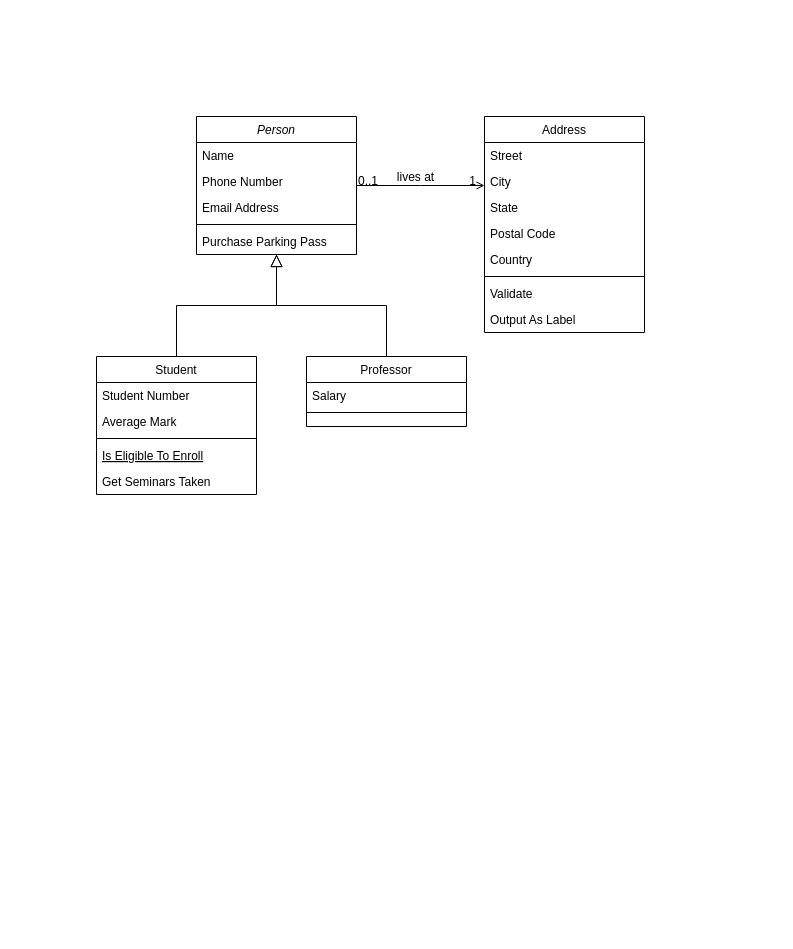
The draw.io diagram Diagrama sin título.drawio in IngUsac/IPC2_Proyecto1_9516098, before the edit. Source tidied: cells renumbered, new cells numbered last; positions are measured from the earlier drawing's top-left corner, leaving out a move shared by most shapes. Both pictures are drawn from the tidied source at 100%, with x=0, y=0 at pixel (96, 116).
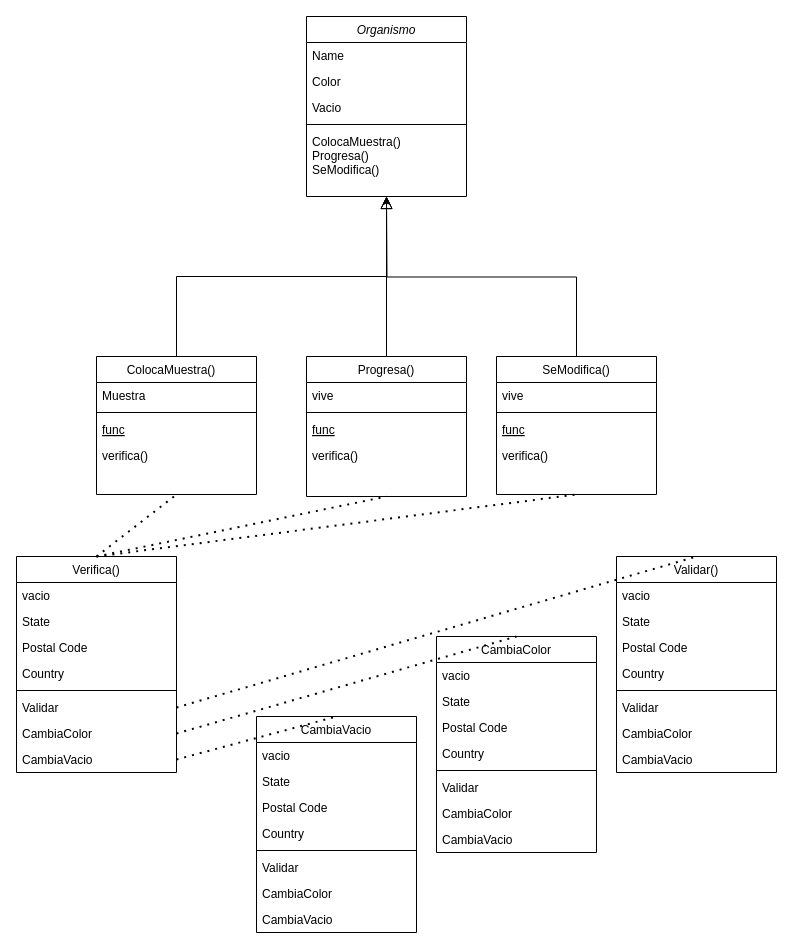
The same diagram, later.

Commit message (it also covers changes not shown here):
Actualizar Diagrama

Change to the diagram source:
```diff
@@
-    <mxCell id="2" value="Person" style="swimlane;fontStyle=2;align=center;verticalAlign=top;horizontal=1;startSize=26;rounded=0;shadow=0;strokeWidth=1;" parent="1" vertex="1">
-      <mxGeometry x="100" width="160" height="138" as="geometry" />
+    <mxCell id="2" value="Organismo" style="swimlane;fontStyle=2;align=center;verticalAlign=top;horizontal=1;startSize=26;rounded=0;shadow=0;strokeWidth=1;" parent="1" vertex="1">
+      <mxGeometry x="210" y="-100" width="160" height="180" as="geometry" />
     </mxCell>
@@
-    <mxCell id="4" value="Phone Number" style="text;align=left;verticalAlign=top;spacingLeft=4;spacingRight=4;overflow=hidden;rounded=0;shadow=0;html=0;" parent="2" vertex="1">
+    <mxCell id="4" value="Color" style="text;align=left;verticalAlign=top;spacingLeft=4;spacingRight=4;overflow=hidden;rounded=0;shadow=0;html=0;" parent="2" vertex="1">
       <mxGeometry y="52" width="160" height="26" as="geometry" />
     </mxCell>
-    <mxCell id="5" value="Email Address" style="text;align=left;verticalAlign=top;spacingLeft=4;spacingRight=4;overflow=hidden;rounded=0;shadow=0;html=0;" parent="2" vertex="1">
+    <mxCell id="5" value="Vacio" style="text;align=left;verticalAlign=top;spacingLeft=4;spacingRight=4;overflow=hidden;rounded=0;shadow=0;html=0;" parent="2" vertex="1">
       <mxGeometry y="78" width="160" height="26" as="geometry" />
     </mxCell>
@@
-    <mxCell id="7" value="Purchase Parking Pass" style="text;align=left;verticalAlign=top;spacingLeft=4;spacingRight=4;overflow=hidden;" parent="2" vertex="1">
-      <mxGeometry y="112" width="160" height="26" as="geometry" />
+    <mxCell id="7" value="ColocaMuestra()&#10;Progresa()&#10;SeModifica()" style="text;align=left;verticalAlign=top;spacingLeft=4;spacingRight=4;overflow=hidden;" parent="2" vertex="1">
+      <mxGeometry y="112" width="160" height="68" as="geometry" />
     </mxCell>
-    <mxCell id="8" value="Student" style="swimlane;fontStyle=0;align=center;verticalAlign=top;horizontal=1;startSize=26;rounded=0;shadow=0;strokeWidth=1;" parent="1" vertex="1">
+    <mxCell id="8" value="ColocaMuestra()   " style="swimlane;fontStyle=0;align=center;verticalAlign=top;horizontal=1;startSize=26;rounded=0;shadow=0;strokeWidth=1;" parent="1" vertex="1">
       <mxGeometry y="240" width="160" height="138" as="geometry" />
     </mxCell>
-    <mxCell id="9" value="Student Number" style="text;align=left;verticalAlign=top;spacingLeft=4;spacingRight=4;overflow=hidden;" parent="8" vertex="1">
+    <mxCell id="9" value="Muestra" style="text;align=left;verticalAlign=top;spacingLeft=4;spacingRight=4;overflow=hidden;" parent="8" vertex="1">
       <mxGeometry y="26" width="160" height="26" as="geometry" />
     </mxCell>
-    <mxCell id="10" value="Average Mark" style="text;align=left;verticalAlign=top;spacingLeft=4;spacingRight=4;overflow=hidden;rounded=0;shadow=0;html=0;" parent="8" vertex="1">
-      <mxGeometry y="52" width="160" height="26" as="geometry" />
-    </mxCell>
     <mxCell id="11" style="line;html=1;strokeWidth=1;align=left;verticalAlign=middle;spacingTop=-1;spacingLeft=3;spacingRight=3;labelPosition=right;" parent="8" vertex="1">
-      <mxGeometry y="78" width="160" height="8" as="geometry" />
+      <mxGeometry y="52" width="160" height="8" as="geometry" />
     </mxCell>
-    <mxCell id="12" value="Is Eligible To Enroll" style="text;align=left;verticalAlign=top;spacingLeft=4;spacingRight=4;overflow=hidden;fontStyle=4;" parent="8" vertex="1">
-      <mxGeometry y="86" width="160" height="26" as="geometry" />
+    <mxCell id="12" value="func" style="text;align=left;verticalAlign=top;spacingLeft=4;spacingRight=4;overflow=hidden;fontStyle=4;" parent="8" vertex="1">
+      <mxGeometry y="60" width="160" height="26" as="geometry" />
     </mxCell>
-    <mxCell id="13" value="Get Seminars Taken" style="text;align=left;verticalAlign=top;spacingLeft=4;spacingRight=4;overflow=hidden;" parent="8" vertex="1">
-      <mxGeometry y="112" width="160" height="26" as="geometry" />
+    <mxCell id="13" value="verifica()" style="text;align=left;verticalAlign=top;spacingLeft=4;spacingRight=4;overflow=hidden;" parent="8" vertex="1">
+      <mxGeometry y="86" width="160" height="26" as="geometry" />
     </mxCell>
@@
-    <mxCell id="15" value="Professor" style="swimlane;fontStyle=0;align=center;verticalAlign=top;horizontal=1;startSize=26;rounded=0;shadow=0;strokeWidth=1;" parent="1" vertex="1">
-      <mxGeometry x="210" y="240" width="160" height="70" as="geometry" />
+    <mxCell id="15" value="Progresa()" style="swimlane;fontStyle=0;align=center;verticalAlign=top;horizontal=1;startSize=26;rounded=0;shadow=0;strokeWidth=1;" parent="1" vertex="1">
+      <mxGeometry x="210" y="240" width="160" height="140" as="geometry" />
     </mxCell>
-    <mxCell id="16" value="Salary" style="text;align=left;verticalAlign=top;spacingLeft=4;spacingRight=4;overflow=hidden;" parent="15" vertex="1">
+    <mxCell id="16" value="vive" style="text;align=left;verticalAlign=top;spacingLeft=4;spacingRight=4;overflow=hidden;" parent="15" vertex="1">
       <mxGeometry y="26" width="160" height="26" as="geometry" />
     </mxCell>
@@
+    <mxCell id="32" value="func" style="text;align=left;verticalAlign=top;spacingLeft=4;spacingRight=4;overflow=hidden;fontStyle=4;" parent="15" vertex="1">
+      <mxGeometry y="60" width="160" height="26" as="geometry" />
+    </mxCell>
+    <mxCell id="33" value="verifica()" style="text;align=left;verticalAlign=top;spacingLeft=4;spacingRight=4;overflow=hidden;" parent="15" vertex="1">
+      <mxGeometry y="86" width="160" height="26" as="geometry" />
+    </mxCell>
@@
-    <mxCell id="19" value="Address" style="swimlane;fontStyle=0;align=center;verticalAlign=top;horizontal=1;startSize=26;rounded=0;shadow=0;strokeWidth=1;" parent="1" vertex="1">
-      <mxGeometry x="388" width="160" height="216" as="geometry" />
+    <mxCell id="19" value="Verifica()" style="swimlane;fontStyle=0;align=center;verticalAlign=top;horizontal=1;startSize=26;rounded=0;shadow=0;strokeWidth=1;" parent="1" vertex="1">
+      <mxGeometry x="-80" y="440" width="160" height="216" as="geometry" />
     </mxCell>
-    <mxCell id="20" value="Street" style="text;align=left;verticalAlign=top;spacingLeft=4;spacingRight=4;overflow=hidden;" parent="19" vertex="1">
+    <mxCell id="20" value="vacio" style="text;align=left;verticalAlign=top;spacingLeft=4;spacingRight=4;overflow=hidden;" parent="19" vertex="1">
       <mxGeometry y="26" width="160" height="26" as="geometry" />
     </mxCell>
-    <mxCell id="21" value="City" style="text;align=left;verticalAlign=top;spacingLeft=4;spacingRight=4;overflow=hidden;rounded=0;shadow=0;html=0;" parent="19" vertex="1">
-      <mxGeometry y="52" width="160" height="26" as="geometry" />
-    </mxCell>
     <mxCell id="22" value="State" style="text;align=left;verticalAlign=top;spacingLeft=4;spacingRight=4;overflow=hidden;rounded=0;shadow=0;html=0;" parent="19" vertex="1">
-      <mxGeometry y="78" width="160" height="26" as="geometry" />
+      <mxGeometry y="52" width="160" height="26" as="geometry" />
     </mxCell>
     <mxCell id="23" value="Postal Code" style="text;align=left;verticalAlign=top;spacingLeft=4;spacingRight=4;overflow=hidden;rounded=0;shadow=0;html=0;" parent="19" vertex="1">
-      <mxGeometry y="104" width="160" height="26" as="geometry" />
+      <mxGeometry y="78" width="160" height="26" as="geometry" />
     </mxCell>
     <mxCell id="24" value="Country" style="text;align=left;verticalAlign=top;spacingLeft=4;spacingRight=4;overflow=hidden;rounded=0;shadow=0;html=0;" parent="19" vertex="1">
-      <mxGeometry y="130" width="160" height="26" as="geometry" />
+      <mxGeometry y="104" width="160" height="26" as="geometry" />
     </mxCell>
     <mxCell id="25" style="line;html=1;strokeWidth=1;align=left;verticalAlign=middle;spacingTop=-1;spacingLeft=3;spacingRight=3;labelPosition=right;" parent="19" vertex="1">
-      <mxGeometry y="156" width="160" height="8" as="geometry" />
+      <mxGeometry y="130" width="160" height="8" as="geometry" />
     </mxCell>
-    <mxCell id="26" value="Validate" style="text;align=left;verticalAlign=top;spacingLeft=4;spacingRight=4;overflow=hidden;points=[[0,0.5],[1,0.5]];portConstraint=eastwest;" parent="19" vertex="1">
-      <mxGeometry y="164" width="160" height="26" as="geometry" />
+    <mxCell id="26" value="Validar" style="text;align=left;verticalAlign=top;spacingLeft=4;spacingRight=4;overflow=hidden;points=[[0,0.5],[1,0.5]];portConstraint=eastwest;" parent="19" vertex="1">
+      <mxGeometry y="138" width="160" height="26" as="geometry" />
     </mxCell>
-    <mxCell id="27" value="Output As Label" style="text;align=left;verticalAlign=top;spacingLeft=4;spacingRight=4;overflow=hidden;points=[[0,0.5],[1,0.5]];portConstraint=eastwest;" parent="19" vertex="1">
-      <mxGeometry y="190" width="160" height="26" as="geometry" />
+    <mxCell id="27" value="CambiaColor" style="text;align=left;verticalAlign=top;spacingLeft=4;spacingRight=4;overflow=hidden;points=[[0,0.5],[1,0.5]];portConstraint=eastwest;" parent="19" vertex="1">
+      <mxGeometry y="164" width="160" height="26" as="geometry" />
     </mxCell>
-    <mxCell id="28" style="endArrow=open;shadow=0;strokeWidth=1;rounded=0;endFill=1;edgeStyle=elbowEdgeStyle;elbow=vertical;" parent="1" edge="1" source="2" target="19">
-      <mxGeometry x="0.5" y="41" relative="1" as="geometry">
-        <mxPoint x="-40" y="32" as="offset" />
-      </mxGeometry>
-    </mxCell>
-    <mxCell id="29" value="0..1" style="align=left;verticalAlign=bottom;labelBackgroundColor=none;fontSize=12;" parent="28" vertex="1">
-      <mxGeometry x="-1" relative="1" as="geometry">
-        <mxPoint y="4" as="offset" />
-      </mxGeometry>
-    </mxCell>
-    <mxCell id="30" value="1" style="align=right;verticalAlign=bottom;labelBackgroundColor=none;fontSize=12;" parent="28" vertex="1">
-      <mxGeometry x="1" relative="1" as="geometry">
-        <mxPoint x="-7" y="4" as="offset" />
-      </mxGeometry>
-    </mxCell>
-    <mxCell id="31" value="lives at" style="text;html=1;align=center;verticalAlign=middle;labelBackgroundColor=none;rounded=0;shadow=0;strokeWidth=1;fontSize=12;" parent="28" vertex="1">
-      <mxGeometry x="0.5" y="49" relative="1" as="geometry">
-        <mxPoint x="-38" y="40" as="offset" />
-      </mxGeometry>
-    </mxCell>
+    <mxCell id="34" value="CambiaVacio" style="text;align=left;verticalAlign=top;spacingLeft=4;spacingRight=4;overflow=hidden;points=[[0,0.5],[1,0.5]];portConstraint=eastwest;" parent="19" vertex="1">
+      <mxGeometry y="190" width="160" height="26" as="geometry" />
+    </mxCell>
+    <mxCell id="35" style="edgeStyle=orthogonalEdgeStyle;rounded=0;jettySize=auto;html=1;exitX=0.5;exitY=0;exitDx=0;exitDy=0;" parent="1" edge="1" source="36">
+      <mxGeometry relative="1" as="geometry">
+        <mxPoint x="290" y="80" as="targetPoint" />
+      </mxGeometry>
+    </mxCell>
+    <mxCell id="36" value="SeModifica()" style="swimlane;fontStyle=0;align=center;verticalAlign=top;horizontal=1;startSize=26;rounded=0;shadow=0;strokeWidth=1;" parent="1" vertex="1">
+      <mxGeometry x="400" y="240" width="160" height="138" as="geometry" />
+    </mxCell>
+    <mxCell id="37" value="vive" style="text;align=left;verticalAlign=top;spacingLeft=4;spacingRight=4;overflow=hidden;" parent="36" vertex="1">
+      <mxGeometry y="26" width="160" height="26" as="geometry" />
+    </mxCell>
+    <mxCell id="38" style="line;html=1;strokeWidth=1;align=left;verticalAlign=middle;spacingTop=-1;spacingLeft=3;spacingRight=3;labelPosition=right;" parent="36" vertex="1">
+      <mxGeometry y="52" width="160" height="8" as="geometry" />
+    </mxCell>
+    <mxCell id="39" value="func" style="text;align=left;verticalAlign=top;spacingLeft=4;spacingRight=4;overflow=hidden;fontStyle=4;" parent="36" vertex="1">
+      <mxGeometry y="60" width="160" height="26" as="geometry" />
+    </mxCell>
+    <mxCell id="40" value="verifica()" style="text;align=left;verticalAlign=top;spacingLeft=4;spacingRight=4;overflow=hidden;" parent="36" vertex="1">
+      <mxGeometry y="86" width="160" height="26" as="geometry" />
+    </mxCell>
+    <mxCell id="41" value="Validar()" style="swimlane;fontStyle=0;align=center;verticalAlign=top;horizontal=1;startSize=26;rounded=0;shadow=0;strokeWidth=1;" parent="1" vertex="1">
+      <mxGeometry x="520" y="440" width="160" height="216" as="geometry" />
+    </mxCell>
+    <mxCell id="42" value="vacio" style="text;align=left;verticalAlign=top;spacingLeft=4;spacingRight=4;overflow=hidden;" parent="41" vertex="1">
+      <mxGeometry y="26" width="160" height="26" as="geometry" />
+    </mxCell>
+    <mxCell id="43" value="State" style="text;align=left;verticalAlign=top;spacingLeft=4;spacingRight=4;overflow=hidden;rounded=0;shadow=0;html=0;" parent="41" vertex="1">
+      <mxGeometry y="52" width="160" height="26" as="geometry" />
+    </mxCell>
+    <mxCell id="44" value="Postal Code" style="text;align=left;verticalAlign=top;spacingLeft=4;spacingRight=4;overflow=hidden;rounded=0;shadow=0;html=0;" parent="41" vertex="1">
+      <mxGeometry y="78" width="160" height="26" as="geometry" />
+    </mxCell>
+    <mxCell id="45" value="Country" style="text;align=left;verticalAlign=top;spacingLeft=4;spacingRight=4;overflow=hidden;rounded=0;shadow=0;html=0;" parent="41" vertex="1">
+      <mxGeometry y="104" width="160" height="26" as="geometry" />
+    </mxCell>
+    <mxCell id="46" style="line;html=1;strokeWidth=1;align=left;verticalAlign=middle;spacingTop=-1;spacingLeft=3;spacingRight=3;labelPosition=right;" parent="41" vertex="1">
+      <mxGeometry y="130" width="160" height="8" as="geometry" />
+    </mxCell>
+    <mxCell id="47" value="Validar" style="text;align=left;verticalAlign=top;spacingLeft=4;spacingRight=4;overflow=hidden;" parent="41" vertex="1">
+      <mxGeometry y="138" width="160" height="26" as="geometry" />
+    </mxCell>
+    <mxCell id="48" value="CambiaColor" style="text;align=left;verticalAlign=top;spacingLeft=4;spacingRight=4;overflow=hidden;" parent="41" vertex="1">
+      <mxGeometry y="164" width="160" height="26" as="geometry" />
+    </mxCell>
+    <mxCell id="49" value="CambiaVacio" style="text;align=left;verticalAlign=top;spacingLeft=4;spacingRight=4;overflow=hidden;" parent="41" vertex="1">
+      <mxGeometry y="190" width="160" height="26" as="geometry" />
+    </mxCell>
+    <mxCell id="50" value="CambiaColor" style="swimlane;fontStyle=0;align=center;verticalAlign=top;horizontal=1;startSize=26;rounded=0;shadow=0;strokeWidth=1;" parent="1" vertex="1">
+      <mxGeometry x="340" y="520" width="160" height="216" as="geometry" />
+    </mxCell>
+    <mxCell id="51" value="vacio" style="text;align=left;verticalAlign=top;spacingLeft=4;spacingRight=4;overflow=hidden;" parent="50" vertex="1">
+      <mxGeometry y="26" width="160" height="26" as="geometry" />
+    </mxCell>
+    <mxCell id="52" value="State" style="text;align=left;verticalAlign=top;spacingLeft=4;spacingRight=4;overflow=hidden;rounded=0;shadow=0;html=0;" parent="50" vertex="1">
+      <mxGeometry y="52" width="160" height="26" as="geometry" />
+    </mxCell>
+    <mxCell id="53" value="Postal Code" style="text;align=left;verticalAlign=top;spacingLeft=4;spacingRight=4;overflow=hidden;rounded=0;shadow=0;html=0;" parent="50" vertex="1">
+      <mxGeometry y="78" width="160" height="26" as="geometry" />
+    </mxCell>
+    <mxCell id="54" value="Country" style="text;align=left;verticalAlign=top;spacingLeft=4;spacingRight=4;overflow=hidden;rounded=0;shadow=0;html=0;" parent="50" vertex="1">
+      <mxGeometry y="104" width="160" height="26" as="geometry" />
+    </mxCell>
+    <mxCell id="55" style="line;html=1;strokeWidth=1;align=left;verticalAlign=middle;spacingTop=-1;spacingLeft=3;spacingRight=3;labelPosition=right;" parent="50" vertex="1">
+      <mxGeometry y="130" width="160" height="8" as="geometry" />
+    </mxCell>
+    <mxCell id="56" value="Validar" style="text;align=left;verticalAlign=top;spacingLeft=4;spacingRight=4;overflow=hidden;" parent="50" vertex="1">
+      <mxGeometry y="138" width="160" height="26" as="geometry" />
+    </mxCell>
+    <mxCell id="57" value="CambiaColor" style="text;align=left;verticalAlign=top;spacingLeft=4;spacingRight=4;overflow=hidden;" parent="50" vertex="1">
+      <mxGeometry y="164" width="160" height="26" as="geometry" />
+    </mxCell>
+    <mxCell id="58" value="CambiaVacio" style="text;align=left;verticalAlign=top;spacingLeft=4;spacingRight=4;overflow=hidden;" parent="50" vertex="1">
+      <mxGeometry y="190" width="160" height="26" as="geometry" />
+    </mxCell>
+    <mxCell id="59" value="CambiaVacio" style="swimlane;fontStyle=0;align=center;verticalAlign=top;horizontal=1;startSize=26;rounded=0;shadow=0;strokeWidth=1;" parent="1" vertex="1">
+      <mxGeometry x="160" y="600" width="160" height="216" as="geometry" />
+    </mxCell>
+    <mxCell id="60" value="vacio" style="text;align=left;verticalAlign=top;spacingLeft=4;spacingRight=4;overflow=hidden;" parent="59" vertex="1">
+      <mxGeometry y="26" width="160" height="26" as="geometry" />
+    </mxCell>
+    <mxCell id="61" value="State" style="text;align=left;verticalAlign=top;spacingLeft=4;spacingRight=4;overflow=hidden;rounded=0;shadow=0;html=0;" parent="59" vertex="1">
+      <mxGeometry y="52" width="160" height="26" as="geometry" />
+    </mxCell>
+    <mxCell id="62" value="Postal Code" style="text;align=left;verticalAlign=top;spacingLeft=4;spacingRight=4;overflow=hidden;rounded=0;shadow=0;html=0;" parent="59" vertex="1">
+      <mxGeometry y="78" width="160" height="26" as="geometry" />
+    </mxCell>
+    <mxCell id="63" value="Country" style="text;align=left;verticalAlign=top;spacingLeft=4;spacingRight=4;overflow=hidden;rounded=0;shadow=0;html=0;" parent="59" vertex="1">
+      <mxGeometry y="104" width="160" height="26" as="geometry" />
+    </mxCell>
+    <mxCell id="64" style="line;html=1;strokeWidth=1;align=left;verticalAlign=middle;spacingTop=-1;spacingLeft=3;spacingRight=3;labelPosition=right;" parent="59" vertex="1">
+      <mxGeometry y="130" width="160" height="8" as="geometry" />
+    </mxCell>
+    <mxCell id="65" value="Validar" style="text;align=left;verticalAlign=top;spacingLeft=4;spacingRight=4;overflow=hidden;" parent="59" vertex="1">
+      <mxGeometry y="138" width="160" height="26" as="geometry" />
+    </mxCell>
+    <mxCell id="66" value="CambiaColor" style="text;align=left;verticalAlign=top;spacingLeft=4;spacingRight=4;overflow=hidden;" parent="59" vertex="1">
+      <mxGeometry y="164" width="160" height="26" as="geometry" />
+    </mxCell>
+    <mxCell id="67" value="CambiaVacio" style="text;align=left;verticalAlign=top;spacingLeft=4;spacingRight=4;overflow=hidden;" parent="59" vertex="1">
+      <mxGeometry y="190" width="160" height="26" as="geometry" />
+    </mxCell>
+    <mxCell id="68" style="endArrow=none;dashed=1;html=1;dashPattern=1 3;strokeWidth=2;rounded=0;exitX=0.5;exitY=0;exitDx=0;exitDy=0;entryX=0.5;entryY=1;entryDx=0;entryDy=0;" parent="1" edge="1" source="19" target="8">
+      <mxGeometry relative="1" as="geometry" />
+    </mxCell>
+    <mxCell id="69" style="endArrow=none;dashed=1;html=1;dashPattern=1 3;strokeWidth=2;rounded=0;entryX=0.5;entryY=1;entryDx=0;entryDy=0;exitX=0.5;exitY=0;exitDx=0;exitDy=0;" parent="1" edge="1" source="19" target="15">
+      <mxGeometry relative="1" as="geometry" />
+    </mxCell>
+    <mxCell id="70" style="endArrow=none;dashed=1;html=1;dashPattern=1 3;strokeWidth=2;rounded=0;entryX=0.5;entryY=1;entryDx=0;entryDy=0;" parent="1" edge="1" target="36">
+      <mxGeometry relative="1" as="geometry">
+        <mxPoint y="440" as="sourcePoint" />
+      </mxGeometry>
+    </mxCell>
+    <mxCell id="71" style="endArrow=none;dashed=1;html=1;dashPattern=1 3;strokeWidth=2;rounded=0;exitX=1;exitY=0.5;exitDx=0;exitDy=0;entryX=0.5;entryY=0;entryDx=0;entryDy=0;" parent="1" edge="1" source="26" target="41">
+      <mxGeometry relative="1" as="geometry" />
+    </mxCell>
+    <mxCell id="72" style="endArrow=none;dashed=1;html=1;dashPattern=1 3;strokeWidth=2;rounded=0;exitX=1;exitY=0.5;exitDx=0;exitDy=0;entryX=0.5;entryY=0;entryDx=0;entryDy=0;" parent="1" edge="1" source="27" target="50">
+      <mxGeometry relative="1" as="geometry" />
+    </mxCell>
+    <mxCell id="73" style="endArrow=none;dashed=1;html=1;dashPattern=1 3;strokeWidth=2;rounded=0;exitX=1;exitY=0.5;exitDx=0;exitDy=0;entryX=0.5;entryY=0;entryDx=0;entryDy=0;" parent="1" edge="1" source="34" target="59">
+      <mxGeometry relative="1" as="geometry" />
+    </mxCell>
```
